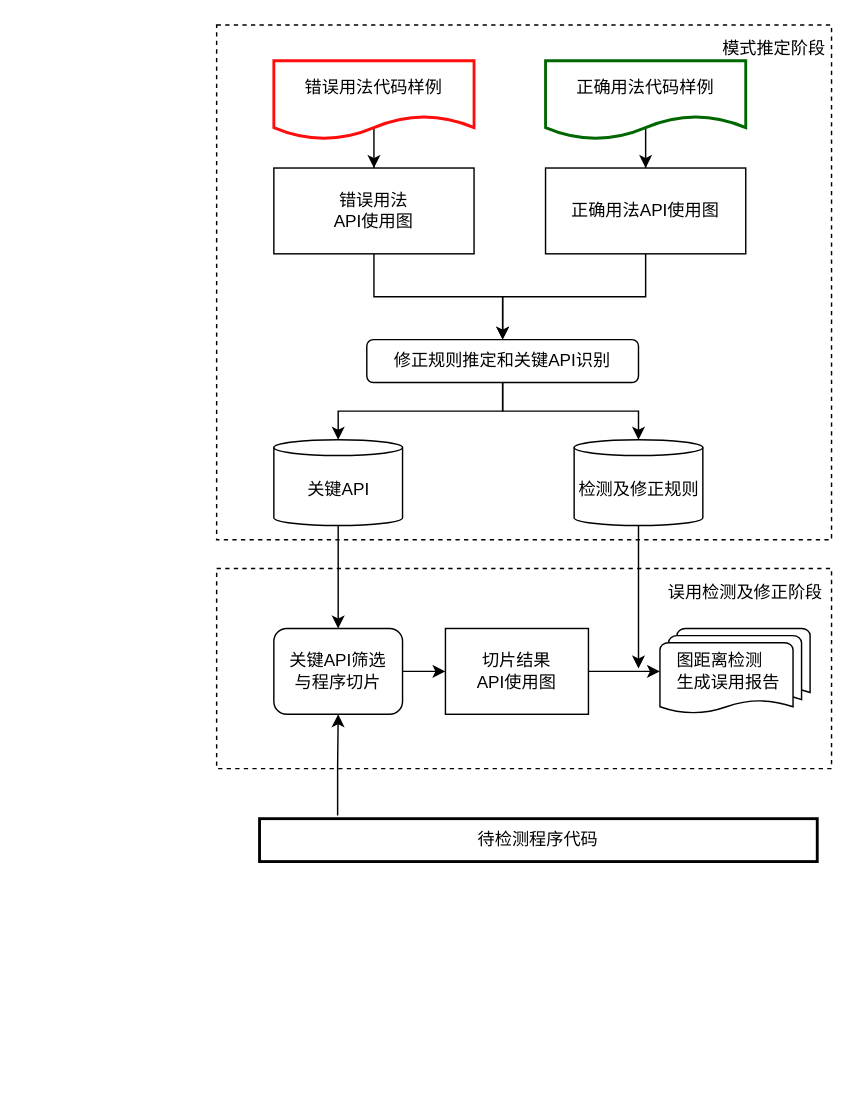
This is 整体架构24.drawio from ToJ112/pic-md, a draw.io file, before an edit. Source tidied: cells renumbered, new cells numbered last; positions are measured from the earlier drawing's top-left corner, leaving out a move shared by most shapes. Both pictures are drawn from the tidied source at 143%, with x=0, y=0 at pixel (216, 24).
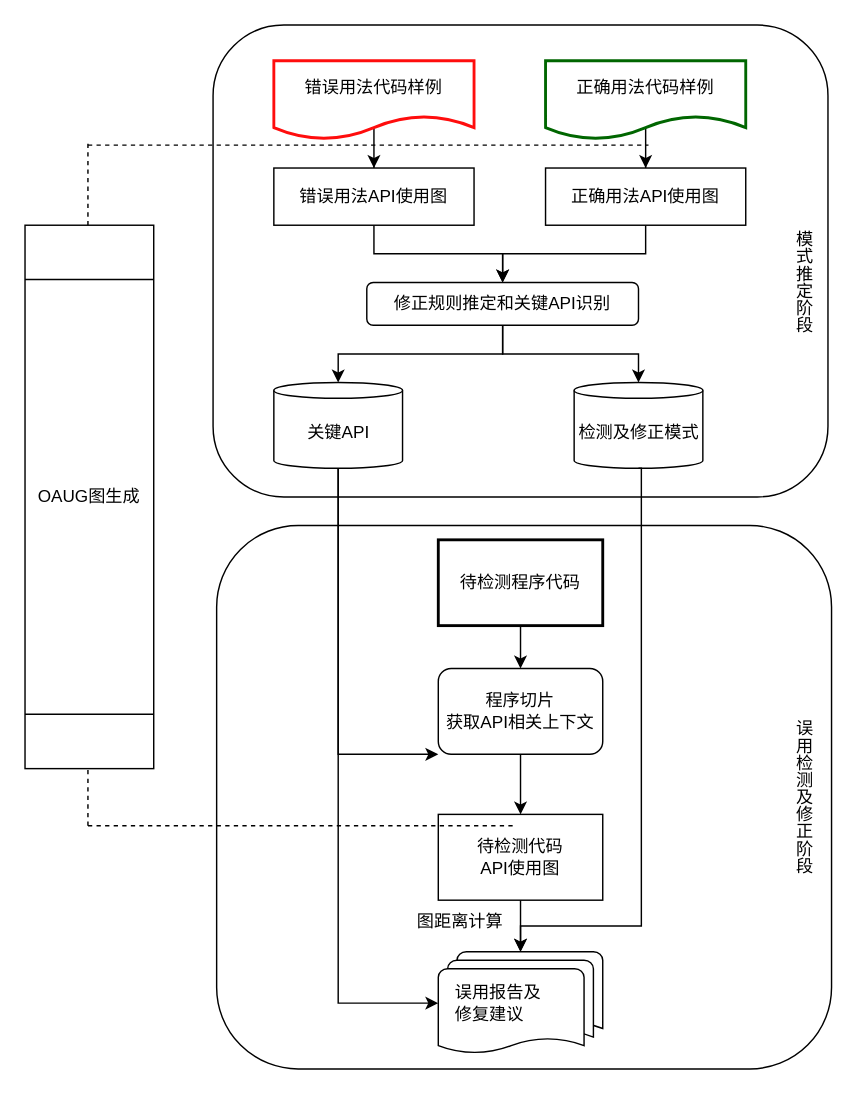
After the change.

Commit message:
更新整体架构24.drawio

The change refers to these unchanged cells:
```xml
<mxCell id="11" style="strokeWidth=1;html=1;shape=mxgraph.flowchart.direct_data;whiteSpace=wrap;rotation=-90;" parent="10" vertex="1">
  <mxGeometry x="15" y="-15" width="60" height="90" as="geometry" />
</mxCell>
<mxCell id="22" style="strokeWidth=1;html=1;shape=mxgraph.flowchart.direct_data;whiteSpace=wrap;rotation=-90;" parent="21" vertex="1">
  <mxGeometry x="15" y="-15" width="60" height="90" as="geometry" />
</mxCell>
```

Change to the diagram source:
```diff
@@
-    <mxCell id="2" style="rounded=0;whiteSpace=wrap;html=1;dashed=1;fillColor=none;" parent="1" vertex="1">
-      <mxGeometry width="430" height="360" as="geometry" />
-    </mxCell>
+    <mxCell id="33" style="rounded=1;whiteSpace=wrap;html=1;" parent="1" vertex="1">
+      <mxGeometry x="-2.5" width="430" height="330" as="geometry" />
+    </mxCell>
+    <mxCell id="34" style="rounded=1;whiteSpace=wrap;html=1;" parent="1" vertex="1">
+      <mxGeometry y="350" width="430" height="380" as="geometry" />
+    </mxCell>
@@
-    <mxCell id="8" value="错误用法&lt;br&gt;API使用图" style="whiteSpace=wrap;html=1;" parent="1" vertex="1">
-      <mxGeometry x="40" y="100" width="140" height="60" as="geometry" />
+    <mxCell id="8" value="错误用法API使用图" style="whiteSpace=wrap;html=1;" parent="1" vertex="1">
+      <mxGeometry x="40" y="100" width="140" height="40" as="geometry" />
     </mxCell>
     <mxCell id="9" value="修正规则推定和关键API识别" style="rounded=1;whiteSpace=wrap;html=1;" parent="1" vertex="1">
-      <mxGeometry x="105" y="220" width="190" height="30" as="geometry" />
+      <mxGeometry x="105" y="180" width="190" height="30" as="geometry" />
     </mxCell>
     <mxCell id="10" style="group;" parent="1" vertex="1">
-      <mxGeometry x="250" y="290" width="100" height="60" as="geometry" />
+      <mxGeometry x="250" y="250" width="100" height="60" as="geometry" />
     </mxCell>
@@
-    <mxCell id="12" value="检测及修正规则" style="text;html=1;align=center;verticalAlign=middle;strokeColor=none;fillColor=none;" parent="10" vertex="1">
+    <mxCell id="12" value="检测及修正模式" style="text;html=1;align=center;verticalAlign=middle;strokeColor=none;fillColor=none;" parent="10" vertex="1">
       <mxGeometry x="-10" y="20" width="110" height="30" as="geometry" />
     </mxCell>
-    <mxCell id="13" value="模式推定阶段&lt;span style=&quot;font-size: medium; text-align: start;&quot;&gt;&lt;/span&gt;" style="text;html=1;strokeColor=none;fillColor=none;align=center;verticalAlign=middle;whiteSpace=wrap;rounded=0;" parent="1" vertex="1">
-      <mxGeometry x="350" width="80" height="30" as="geometry" />
+    <mxCell id="13" value="模式推定阶段&lt;span style=&quot;font-size: medium; text-align: start;&quot;&gt;&lt;/span&gt;" style="text;html=1;strokeColor=none;fillColor=none;align=center;verticalAlign=middle;whiteSpace=wrap;rounded=0;textDirection=vertical-lr;" parent="1" vertex="1">
+      <mxGeometry x="405" y="130" width="10" height="100" as="geometry" />
     </mxCell>
-    <mxCell id="14" value="误用检测及修正阶段&lt;span style=&quot;font-size: medium; text-align: start;&quot;&gt;&lt;/span&gt;" style="text;html=1;strokeColor=none;fillColor=none;align=center;verticalAlign=middle;whiteSpace=wrap;rounded=0;" parent="1" vertex="1">
-      <mxGeometry x="310" y="380" width="120" height="30" as="geometry" />
+    <mxCell id="14" value="误用检测及修正阶段&lt;span style=&quot;font-size: medium; text-align: start;&quot;&gt;&lt;/span&gt;" style="text;html=1;strokeColor=none;fillColor=none;align=center;verticalAlign=middle;whiteSpace=wrap;rounded=0;textDirection=vertical-lr;" parent="1" vertex="1">
+      <mxGeometry x="400" y="450" width="20" height="180" as="geometry" />
     </mxCell>
-    <mxCell id="15" style="edgeStyle=orthogonalEdgeStyle;rounded=0;jettySize=auto;html=1;entryX=0;entryY=0.5;entryDx=0;entryDy=0;" parent="1" edge="1" source="16" target="17">
+    <mxCell id="15" style="edgeStyle=orthogonalEdgeStyle;rounded=0;jettySize=auto;html=1;entryX=0.5;entryY=0;entryDx=0;entryDy=0;" parent="1" edge="1" source="16" target="17">
       <mxGeometry relative="1" as="geometry" />
     </mxCell>
-    <mxCell id="16" value="关键API筛选&lt;br&gt;与程序切片" style="rounded=1;whiteSpace=wrap;html=1;" parent="1" vertex="1">
-      <mxGeometry x="40" y="422" width="90" height="60" as="geometry" />
+    <mxCell id="16" value="程序切片&lt;div&gt;获取API相关上下文&lt;/div&gt;" style="rounded=1;whiteSpace=wrap;html=1;" parent="1" vertex="1">
+      <mxGeometry x="155" y="450" width="115" height="60" as="geometry" />
     </mxCell>
+    <mxCell id="18" style="edgeStyle=orthogonalEdgeStyle;rounded=0;jettySize=auto;html=1;exitX=0.5;exitY=1;exitDx=0;exitDy=0;entryX=0.5;entryY=0;entryDx=0;entryDy=0;entryPerimeter=0;" parent="1" edge="1" source="17" target="28">
+      <mxGeometry relative="1" as="geometry" />
+    </mxCell>
-    <mxCell id="17" value="切片结果&lt;br&gt;API使用图" style="rounded=0;whiteSpace=wrap;html=1;" parent="1" vertex="1">
-      <mxGeometry x="160" y="422" width="100" height="60" as="geometry" />
+    <mxCell id="17" value="待检测代码&lt;br&gt;API使用图" style="rounded=0;whiteSpace=wrap;html=1;" parent="1" vertex="1">
+      <mxGeometry x="155" y="552" width="115" height="60" as="geometry" />
     </mxCell>
-    <mxCell id="18" style="edgeStyle=orthogonalEdgeStyle;rounded=0;jettySize=auto;html=1;exitX=1;exitY=0.5;exitDx=0;exitDy=0;entryX=0;entryY=0.5;entryDx=0;entryDy=0;entryPerimeter=0;" parent="1" edge="1" source="17" target="28">
-      <mxGeometry relative="1" as="geometry" />
-    </mxCell>
@@
     <mxCell id="20" value="正确用法API使用图" style="whiteSpace=wrap;html=1;" parent="1" vertex="1">
-      <mxGeometry x="230" y="100" width="140" height="60" as="geometry" />
+      <mxGeometry x="230" y="100" width="140" height="40" as="geometry" />
     </mxCell>
     <mxCell id="21" style="group;" parent="1" vertex="1">
-      <mxGeometry x="40" y="290" width="90" height="60" as="geometry" />
+      <mxGeometry x="40" y="250" width="90" height="60" as="geometry" />
     </mxCell>
@@
-    <mxCell id="26" style="edgeStyle=orthogonalEdgeStyle;rounded=0;jettySize=auto;html=1;entryX=0.5;entryY=1;entryDx=0;entryDy=0;exitX=0.14;exitY=-0.072;exitDx=0;exitDy=0;exitPerimeter=0;" parent="1" edge="1" source="27" target="16">
+    <mxCell id="26" style="edgeStyle=orthogonalEdgeStyle;rounded=0;jettySize=auto;html=1;" parent="1" edge="1" source="27" target="16">
       <mxGeometry relative="1" as="geometry" />
     </mxCell>
-    <mxCell id="27" value="待检测程序代码" style="rounded=0;whiteSpace=wrap;html=1;strokeWidth=2;" parent="1" vertex="1">
-      <mxGeometry x="30" y="555" width="390" height="30" as="geometry" />
+    <mxCell id="27" value="待检测程序代码" style="rounded=0;whiteSpace=wrap;html=1;strokeWidth=2;textDirection=ltr;" parent="1" vertex="1">
+      <mxGeometry x="155" y="360" width="115" height="60" as="geometry" />
     </mxCell>
+    <mxCell id="30" style="edgeStyle=orthogonalEdgeStyle;rounded=0;jettySize=auto;html=1;exitX=0;exitY=0.5;exitDx=0;exitDy=0;exitPerimeter=0;" parent="1" edge="1" source="22" target="16">
+      <mxGeometry relative="1" as="geometry">
+        <Array as="points">
+          <mxPoint x="85" y="510" />
+        </Array>
+      </mxGeometry>
+    </mxCell>
+    <mxCell id="31" style="edgeStyle=orthogonalEdgeStyle;rounded=0;jettySize=auto;html=1;entryX=0.5;entryY=0;entryDx=0;entryDy=0;entryPerimeter=0;exitX=0;exitY=0.5;exitDx=0;exitDy=0;exitPerimeter=0;" parent="1" edge="1" source="11" target="28">
+      <mxGeometry relative="1" as="geometry">
+        <Array as="points">
+          <mxPoint x="297" y="310" />
+          <mxPoint x="297" y="630" />
+          <mxPoint x="213" y="630" />
+        </Array>
+      </mxGeometry>
+    </mxCell>
+    <mxCell id="35" style="group;" parent="1" vertex="1">
+      <mxGeometry x="155" y="648" width="115" height="72" as="geometry" />
+    </mxCell>
-    <mxCell id="28" style="strokeWidth=1;html=1;shape=mxgraph.flowchart.multi-document;whiteSpace=wrap;" parent="1" vertex="1">
-      <mxGeometry x="310" y="422" width="105" height="60" as="geometry" />
+    <mxCell id="28" style="strokeWidth=1;html=1;shape=mxgraph.flowchart.multi-document;whiteSpace=wrap;" parent="35" vertex="1">
+      <mxGeometry width="115" height="72" as="geometry" />
     </mxCell>
-    <mxCell id="29" value="图距离检测&lt;br style=&quot;border-color: var(--border-color);&quot;&gt;生成误用报告" style="text;html=1;strokeColor=none;fillColor=none;align=left;verticalAlign=middle;whiteSpace=wrap;rounded=0;" parent="1" vertex="1">
-      <mxGeometry x="319.5" y="437" width="90" height="30" as="geometry" />
+    <mxCell id="29" value="误用报告及&lt;div&gt;修复建议&lt;/div&gt;" style="text;html=1;strokeColor=none;fillColor=none;align=left;verticalAlign=middle;whiteSpace=wrap;rounded=0;" parent="35" vertex="1">
+      <mxGeometry x="10.4" y="18" width="98.6" height="36" as="geometry" />
     </mxCell>
-    <mxCell id="30" style="edgeStyle=orthogonalEdgeStyle;rounded=0;jettySize=auto;html=1;entryX=0.5;entryY=0;entryDx=0;entryDy=0;exitX=0;exitY=0.5;exitDx=0;exitDy=0;exitPerimeter=0;" parent="1" edge="1" source="22" target="16">
-      <mxGeometry relative="1" as="geometry" />
-    </mxCell>
-    <mxCell id="31" style="edgeStyle=orthogonalEdgeStyle;rounded=0;orthogonalLoop=1;jettySize=auto;html=1;" parent="1" edge="1">
-      <mxGeometry relative="1" as="geometry">
-        <mxPoint x="295" y="350" as="sourcePoint" />
-        <mxPoint x="295" y="450" as="targetPoint" />
-      </mxGeometry>
-    </mxCell>
-    <mxCell id="32" style="rounded=0;whiteSpace=wrap;html=1;fillColor=none;dashed=1;" parent="1" vertex="1">
-      <mxGeometry y="380" width="430" height="140" as="geometry" />
-    </mxCell>
+    <mxCell id="36" value="图距离计算" style="text;html=1;align=center;verticalAlign=middle;strokeColor=none;fillColor=none;" parent="1" vertex="1">
+      <mxGeometry x="130" y="612" width="80" height="30" as="geometry" />
+    </mxCell>
+    <mxCell id="37" style="edgeStyle=orthogonalEdgeStyle;rounded=0;jettySize=auto;html=1;entryX=0;entryY=0.5;entryDx=0;entryDy=0;entryPerimeter=0;exitX=0;exitY=0.5;exitDx=0;exitDy=0;exitPerimeter=0;" parent="1" edge="1" source="22" target="28">
+      <mxGeometry relative="1" as="geometry">
+        <Array as="points">
+          <mxPoint x="85" y="684" />
+        </Array>
+      </mxGeometry>
+    </mxCell>
+    <mxCell id="38" style="endArrow=none;dashed=1;html=1;rounded=0;" parent="1" edge="1">
+      <mxGeometry relative="1" as="geometry">
+        <mxPoint x="-90" y="560" as="sourcePoint" />
+        <mxPoint x="210" y="560" as="targetPoint" />
+      </mxGeometry>
+    </mxCell>
+    <mxCell id="39" style="endArrow=none;dashed=1;html=1;rounded=0;" parent="1" edge="1">
+      <mxGeometry relative="1" as="geometry">
+        <mxPoint x="-90" y="84" as="sourcePoint" />
+        <mxPoint x="302" y="84" as="targetPoint" />
+      </mxGeometry>
+    </mxCell>
+    <mxCell id="40" style="endArrow=none;dashed=1;html=1;rounded=0;" parent="1" edge="1">
+      <mxGeometry relative="1" as="geometry">
+        <mxPoint x="-90" y="350" as="sourcePoint" />
+        <mxPoint x="-90" y="80" as="targetPoint" />
+      </mxGeometry>
+    </mxCell>
+    <mxCell id="41" style="endArrow=none;dashed=1;html=1;rounded=0;" parent="1" edge="1">
+      <mxGeometry relative="1" as="geometry">
+        <mxPoint x="-90" y="560" as="sourcePoint" />
+        <mxPoint x="-90" y="400" as="targetPoint" />
+      </mxGeometry>
+    </mxCell>
+    <mxCell id="42" value="OAUG图生成" style="shape=process;whiteSpace=wrap;html=1;backgroundOutline=1;direction=south;" parent="1" vertex="1">
+      <mxGeometry x="-134" y="140" width="90" height="380" as="geometry" />
+    </mxCell>
```
